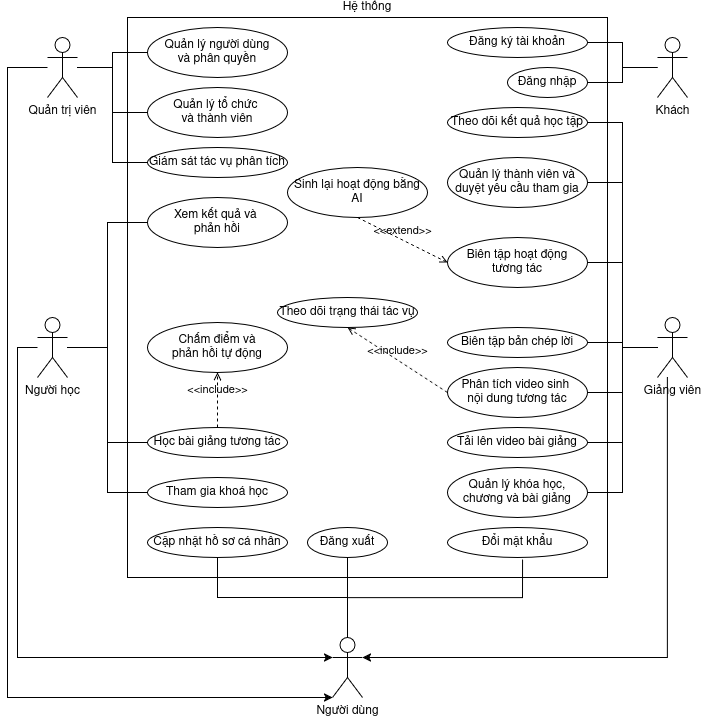
The draw.io diagram tex/main/Hinhve/usecase_tongquat.png in tuyennguyentech/bachelor-thesis, before a commit. Source tidied: cells renumbered, new cells last; positions are measured from the earlier drawing's top-left corner, leaving out a move shared by most shapes.
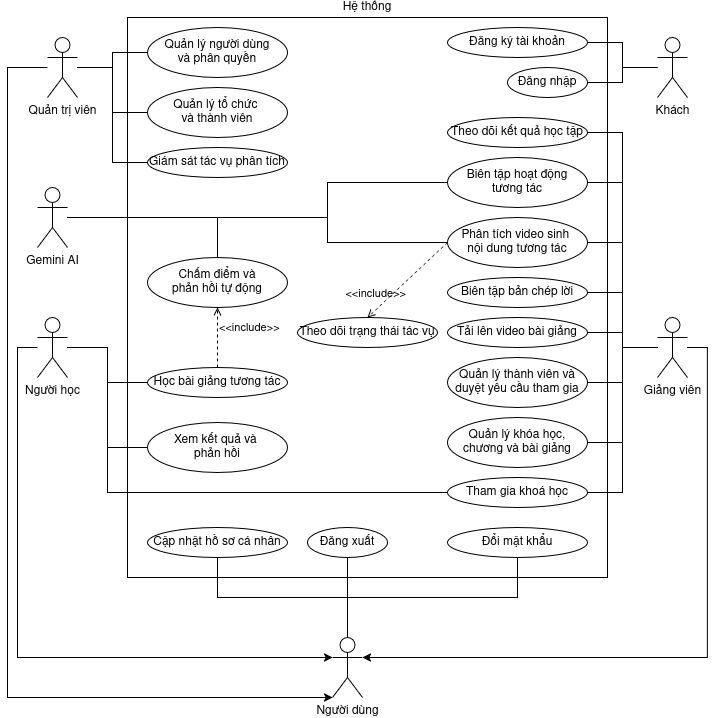
The same diagram one commit later.

The edit, as a diff of the source:
```diff
@@ -30,7 +30,12 @@
       <mxGeometry relative="1" as="geometry" />
     </mxCell>
     <mxCell id="11" style="edgeStyle=orthogonalEdgeStyle;rounded=0;jettySize=auto;html=1;entryX=0;entryY=0.5;entryDx=0;entryDy=0;endArrow=none;endFill=0;" parent="1" edge="1" source="12" target="28">
-      <mxGeometry relative="1" as="geometry" />
+      <mxGeometry relative="1" as="geometry">
+        <Array as="points">
+          <mxPoint x="100" y="330" />
+          <mxPoint x="100" y="475" />
+        </Array>
+      </mxGeometry>
     </mxCell>
     <mxCell id="12" value="Người học" style="shape=umlActor;verticalLabelPosition=bottom;verticalAlign=top;html=1;" parent="1" vertex="1">
       <mxGeometry x="30" y="300" width="30" height="60" as="geometry" />
@@ -41,7 +46,7 @@
     <mxCell id="14" style="edgeStyle=orthogonalEdgeStyle;rounded=0;jettySize=auto;html=1;entryX=0.5;entryY=1;entryDx=0;entryDy=0;endArrow=none;endFill=0;" parent="1" edge="1" source="16" target="27">
       <mxGeometry relative="1" as="geometry" />
     </mxCell>
-    <mxCell id="15" style="edgeStyle=orthogonalEdgeStyle;rounded=0;jettySize=auto;html=1;exitX=0.5;exitY=0;exitDx=0;exitDy=0;exitPerimeter=0;entryX=0.536;entryY=1.063;entryDx=0;entryDy=0;entryPerimeter=0;endArrow=none;endFill=0;" parent="1" edge="1" source="16" target="26">
+    <mxCell id="15" style="edgeStyle=orthogonalEdgeStyle;rounded=0;jettySize=auto;html=1;exitX=0.5;exitY=0;exitDx=0;exitDy=0;exitPerimeter=0;entryX=0.5;entryY=1;entryDx=0;entryDy=0;endArrow=none;endFill=0;" parent="1" edge="1" source="16" target="26">
       <mxGeometry relative="1" as="geometry" />
     </mxCell>
     <mxCell id="16" value="Người dùng" style="shape=umlActor;verticalLabelPosition=bottom;verticalAlign=top;html=1;" parent="1" vertex="1">
@@ -68,6 +73,9 @@
     <mxCell id="23" style="edgeStyle=orthogonalEdgeStyle;rounded=0;jettySize=auto;html=1;entryX=1;entryY=0.5;entryDx=0;entryDy=0;endArrow=none;endFill=0;" parent="1" edge="1" source="24" target="37">
       <mxGeometry relative="1" as="geometry" />
     </mxCell>
+    <mxCell id="53" style="edgeStyle=orthogonalEdgeStyle;rounded=0;jettySize=auto;html=1;entryX=1;entryY=0.5;entryDx=0;entryDy=0;endArrow=none;endFill=0;" parent="1" edge="1" source="24" target="28">
+      <mxGeometry relative="1" as="geometry" />
+    </mxCell>
     <mxCell id="24" value="Giảng viên" style="shape=umlActor;verticalLabelPosition=bottom;verticalAlign=top;html=1;" parent="1" vertex="1">
       <mxGeometry x="650" y="300" width="30" height="60" as="geometry" />
     </mxCell>
@@ -81,34 +89,34 @@
       <mxGeometry x="300" y="510" width="80" height="30" as="geometry" />
     </mxCell>
     <mxCell id="28" value="Tham gia khoá học" style="ellipse;whiteSpace=wrap;html=1;" parent="1" vertex="1">
-      <mxGeometry x="140" y="460" width="140" height="30" as="geometry" />
+      <mxGeometry x="440" y="460" width="140" height="30" as="geometry" />
     </mxCell>
     <mxCell id="29" value="Học bài giảng tương tác" style="ellipse;whiteSpace=wrap;html=1;" parent="1" vertex="1">
-      <mxGeometry x="140" y="410" width="140" height="30" as="geometry" />
+      <mxGeometry x="140" y="350" width="140" height="30" as="geometry" />
     </mxCell>
     <mxCell id="30" value="&lt;div&gt;Xem kết quả và&amp;nbsp;&lt;/div&gt;&lt;div&gt;phản hồi&lt;/div&gt;" style="ellipse;whiteSpace=wrap;html=1;" parent="1" vertex="1">
-      <mxGeometry x="140" y="180" width="140" height="50" as="geometry" />
+      <mxGeometry x="140" y="405" width="140" height="50" as="geometry" />
     </mxCell>
     <mxCell id="31" value="Tải lên video bài giảng" style="ellipse;whiteSpace=wrap;html=1;" parent="1" vertex="1">
-      <mxGeometry x="440" y="410" width="140" height="30" as="geometry" />
+      <mxGeometry x="440" y="300" width="140" height="30" as="geometry" />
     </mxCell>
     <mxCell id="32" value="Quản lý khóa học, chương và bài giảng" style="ellipse;whiteSpace=wrap;html=1;align=center;verticalAlign=middle;" parent="1" vertex="1">
-      <mxGeometry x="440" y="450" width="140" height="50" as="geometry" />
+      <mxGeometry x="440" y="400" width="140" height="50" as="geometry" />
     </mxCell>
     <mxCell id="33" value="&lt;div&gt;Phân tích video sinh&amp;nbsp;&lt;/div&gt;&lt;div&gt;nội dung tương tác&lt;/div&gt;" style="ellipse;whiteSpace=wrap;html=1;" parent="1" vertex="1">
-      <mxGeometry x="440" y="350" width="140" height="50" as="geometry" />
+      <mxGeometry x="440" y="200" width="140" height="50" as="geometry" />
     </mxCell>
     <mxCell id="34" value="Biên tập bản chép lời" style="ellipse;whiteSpace=wrap;html=1;" parent="1" vertex="1">
-      <mxGeometry x="440" y="310" width="140" height="30" as="geometry" />
+      <mxGeometry x="440" y="260" width="140" height="30" as="geometry" />
     </mxCell>
     <mxCell id="35" value="&lt;div&gt;Biên tập hoạt động&lt;/div&gt;&lt;div&gt;tương tác&lt;/div&gt;" style="ellipse;whiteSpace=wrap;html=1;" parent="1" vertex="1">
-      <mxGeometry x="440" y="220" width="140" height="50" as="geometry" />
+      <mxGeometry x="440" y="140" width="140" height="50" as="geometry" />
     </mxCell>
     <mxCell id="36" value="Quản lý thành viên và duyệt yêu cầu tham gia" style="ellipse;whiteSpace=wrap;html=1;" parent="1" vertex="1">
-      <mxGeometry x="440" y="140" width="140" height="50" as="geometry" />
+      <mxGeometry x="440" y="340" width="140" height="50" as="geometry" />
     </mxCell>
     <mxCell id="37" value="Theo dõi kết quả học tập" style="ellipse;whiteSpace=wrap;html=1;" parent="1" vertex="1">
-      <mxGeometry x="440" y="90" width="140" height="30" as="geometry" />
+      <mxGeometry x="440" y="100" width="140" height="30" as="geometry" />
     </mxCell>
     <mxCell id="38" value="&lt;div&gt;Quản lý người dùng&lt;/div&gt;&lt;div&gt;và phân quyền&lt;/div&gt;" style="ellipse;whiteSpace=wrap;html=1;align=center;verticalAlign=middle;" parent="1" vertex="1">
       <mxGeometry x="140" y="10" width="140" height="50" as="geometry" />
@@ -120,14 +128,11 @@
       <mxGeometry x="140" y="130" width="140" height="30" as="geometry" />
     </mxCell>
     <mxCell id="41" value="&lt;div&gt;Chấm điểm và&lt;/div&gt;&lt;div&gt;phản hồi tự động&lt;/div&gt;" style="ellipse;whiteSpace=wrap;html=1;" parent="1" vertex="1">
-      <mxGeometry x="140" y="305" width="140" height="50" as="geometry" />
+      <mxGeometry x="140" y="240" width="140" height="50" as="geometry" />
     </mxCell>
     <mxCell id="42" value="Theo dõi trạng thái tác vụ" style="ellipse;whiteSpace=wrap;html=1;" parent="1" vertex="1">
-      <mxGeometry x="270" y="280" width="140" height="30" as="geometry" />
+      <mxGeometry x="290" y="300" width="140" height="30" as="geometry" />
     </mxCell>
-    <mxCell id="43" value="Sinh lại hoạt động bằng AI" style="ellipse;whiteSpace=wrap;html=1;" parent="1" vertex="1">
-      <mxGeometry x="280" y="150" width="140" height="50" as="geometry" />
-    </mxCell>
     <mxCell id="44" style="edgeStyle=orthogonalEdgeStyle;rounded=0;jettySize=auto;html=1;entryX=0;entryY=0.5;entryDx=0;entryDy=0;endArrow=none;endFill=0;" parent="1" edge="1" source="2" target="38">
       <mxGeometry relative="1" as="geometry" />
     </mxCell>
@@ -145,14 +150,6 @@
         </Array>
       </mxGeometry>
     </mxCell>
-    <mxCell id="48" style="edgeStyle=orthogonalEdgeStyle;rounded=0;jettySize=auto;html=1;entryX=1;entryY=0.3333333333333333;entryDx=0;entryDy=0;entryPerimeter=0;" parent="1" edge="1" source="24" target="16">
-      <mxGeometry relative="1" as="geometry">
-        <Array as="points">
-          <mxPoint x="660" y="330" />
-          <mxPoint x="660" y="640" />
-        </Array>
-      </mxGeometry>
-    </mxCell>
     <mxCell id="49" style="edgeStyle=orthogonalEdgeStyle;rounded=0;jettySize=auto;html=1;entryX=0;entryY=1;entryDx=0;entryDy=0;entryPerimeter=0;" parent="1" edge="1" source="2" target="16">
       <mxGeometry relative="1" as="geometry">
         <Array as="points">
@@ -161,14 +158,41 @@
         </Array>
       </mxGeometry>
     </mxCell>
-    <mxCell id="50" value="&amp;lt;&amp;lt;include&amp;gt;&amp;gt;" style="html=1;verticalAlign=bottom;labelBackgroundColor=none;endArrow=open;endFill=0;dashed=1;rounded=0;exitX=0.5;exitY=0;exitDx=0;exitDy=0;entryX=0.5;entryY=1;entryDx=0;entryDy=0;" parent="1" edge="1" source="29" target="41">
+    <mxCell id="50" value="&amp;lt;&amp;lt;include&amp;gt;&amp;gt;" style="html=1;verticalAlign=bottom;labelBackgroundColor=none;endArrow=open;endFill=0;dashed=1;rounded=0;exitX=0.5;exitY=0;exitDx=0;exitDy=0;entryX=0.5;entryY=1;entryDx=0;entryDy=0;labelPosition=right;verticalLabelPosition=top;align=left;" parent="1" edge="1" source="29" target="41">
       <mxGeometry relative="1" as="geometry" />
     </mxCell>
-    <mxCell id="51" value="&amp;lt;&amp;lt;include&amp;gt;&amp;gt;" style="html=1;verticalAlign=bottom;labelBackgroundColor=none;endArrow=open;endFill=0;dashed=1;rounded=0;entryX=0.5;entryY=1;entryDx=0;entryDy=0;exitX=0;exitY=0.5;exitDx=0;exitDy=0;" parent="1" edge="1" source="33" target="42">
+    <mxCell id="51" value="&amp;lt;&amp;lt;include&amp;gt;&amp;gt;" style="html=1;verticalAlign=top;labelBackgroundColor=none;endArrow=open;endFill=0;dashed=1;rounded=0;entryX=0.5;entryY=0;entryDx=0;entryDy=0;exitX=0;exitY=0.5;exitDx=0;exitDy=0;labelPosition=left;verticalLabelPosition=bottom;align=right;" parent="1" edge="1" source="33" target="42">
       <mxGeometry relative="1" as="geometry" />
     </mxCell>
-    <mxCell id="52" value="&amp;lt;&amp;lt;extend&amp;gt;&amp;gt;" style="html=1;verticalAlign=bottom;labelBackgroundColor=none;endArrow=open;endFill=0;dashed=1;rounded=0;exitX=0.5;exitY=1;exitDx=0;exitDy=0;entryX=0;entryY=0.5;entryDx=0;entryDy=0;" parent="1" edge="1" source="43" target="35">
-      <mxGeometry x="0.01" relative="1" as="geometry" />
-    </mxCell>
+    <mxCell id="48" style="edgeStyle=orthogonalEdgeStyle;rounded=0;jettySize=auto;html=1;entryX=1;entryY=0.3333333333333333;entryDx=0;entryDy=0;entryPerimeter=0;" parent="1" edge="1" source="24" target="16">
+      <mxGeometry relative="1" as="geometry">
+        <Array as="points">
+          <mxPoint x="700" y="330" />
+          <mxPoint x="700" y="640" />
+        </Array>
+      </mxGeometry>
+    </mxCell>
+    <mxCell id="54" style="edgeStyle=orthogonalEdgeStyle;rounded=0;jettySize=auto;html=1;entryX=0;entryY=0.5;entryDx=0;entryDy=0;endArrow=none;endFill=0;" parent="1" edge="1" source="57" target="35">
+      <mxGeometry relative="1" as="geometry">
+        <Array as="points">
+          <mxPoint x="320" y="200" />
+          <mxPoint x="320" y="165" />
+        </Array>
+      </mxGeometry>
+    </mxCell>
+    <mxCell id="55" style="edgeStyle=orthogonalEdgeStyle;rounded=0;jettySize=auto;html=1;entryX=0.5;entryY=0;entryDx=0;entryDy=0;endArrow=none;endFill=0;" parent="1" edge="1" source="57" target="41">
+      <mxGeometry relative="1" as="geometry" />
+    </mxCell>
+    <mxCell id="56" style="edgeStyle=orthogonalEdgeStyle;rounded=0;jettySize=auto;html=1;entryX=0;entryY=0.5;entryDx=0;entryDy=0;endArrow=none;endFill=0;" parent="1" edge="1" source="57" target="33">
+      <mxGeometry relative="1" as="geometry">
+        <Array as="points">
+          <mxPoint x="320" y="200" />
+          <mxPoint x="320" y="225" />
+        </Array>
+      </mxGeometry>
+    </mxCell>
+    <mxCell id="57" value="Gemini AI" style="shape=umlActor;verticalLabelPosition=bottom;verticalAlign=top;html=1;" parent="1" vertex="1">
+      <mxGeometry x="30" y="170" width="30" height="60" as="geometry" />
+    </mxCell>
   </root>
 </mxGraphModel>
```
